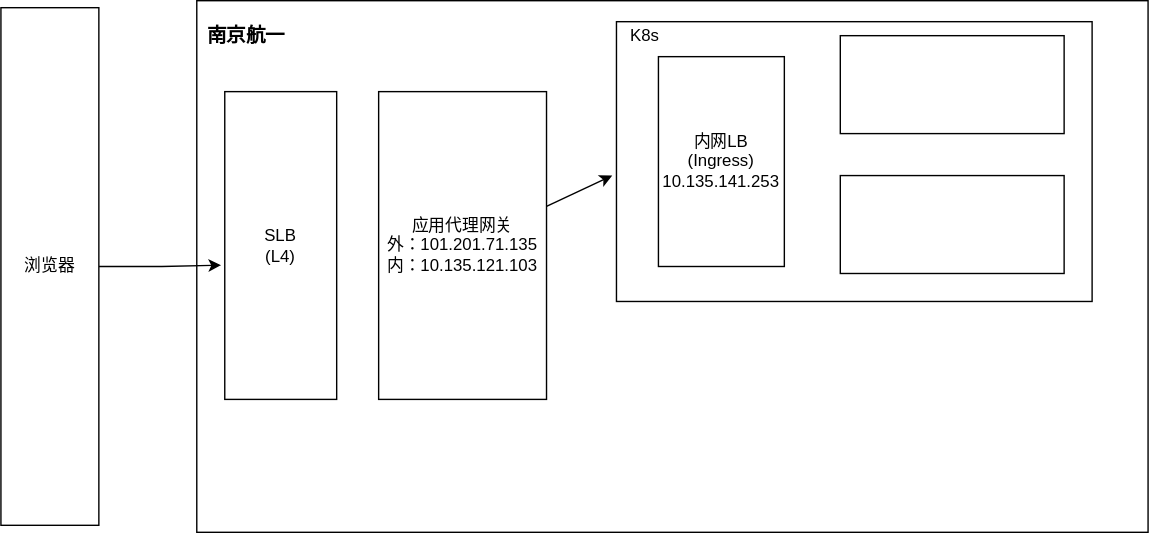
Above: IDaaS应用网关代理网络拓扑图.svg in deepinsea/draw (draw.io), before the change. Source tidied: cells renumbered, new cells last; positions are measured from the earlier drawing's top-left corner, leaving out a move shared by most shapes.
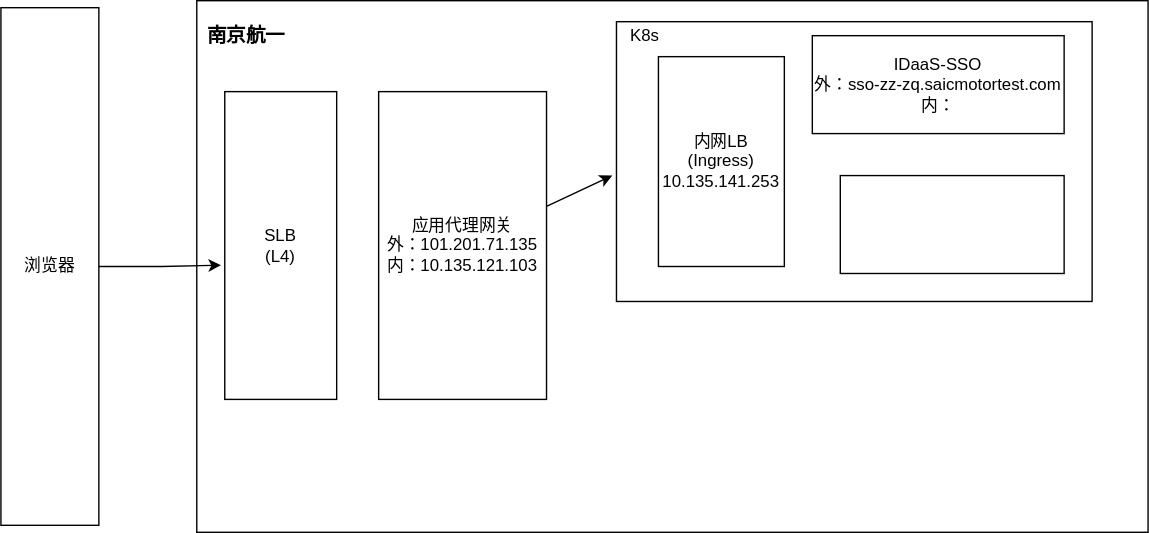
The same file after the commit.

Commit message:
更新IDaaS应用网关代理网络拓扑图.svg

What changed in the source:
```diff
@@ -29,8 +29,8 @@
     <mxCell id="10" value="内网LB&lt;br&gt;(Ingress)&lt;br&gt;10.135.141.253" style="rounded=0;whiteSpace=wrap;html=1;" parent="1" vertex="1">
       <mxGeometry x="470" y="40" width="90" height="150" as="geometry" />
     </mxCell>
-    <mxCell id="11" style="rounded=0;whiteSpace=wrap;html=1;" parent="1" vertex="1">
-      <mxGeometry x="600" y="25" width="160" height="70" as="geometry" />
+    <mxCell id="11" value="IDaaS-SSO&lt;br&gt;外：sso-zz-zq.saicmotortest.com&lt;br&gt;内：" style="rounded=0;whiteSpace=wrap;html=1;" parent="1" vertex="1">
+      <mxGeometry x="580" y="25" width="180" height="70" as="geometry" />
     </mxCell>
     <mxCell id="12" style="rounded=0;whiteSpace=wrap;html=1;" parent="1" vertex="1">
       <mxGeometry x="600" y="125" width="160" height="70" as="geometry" />
```
